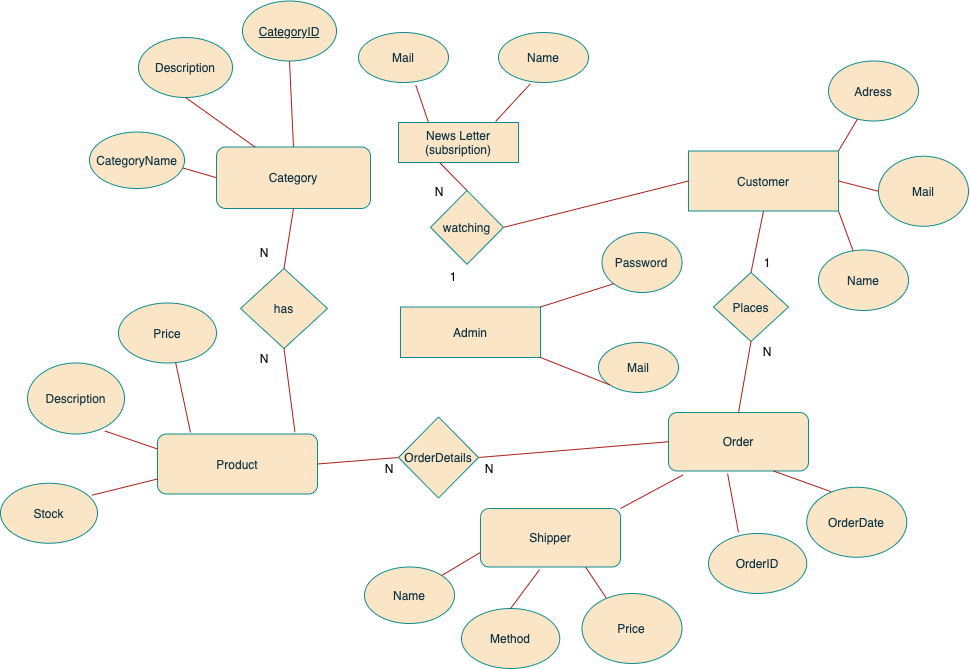
Above: Untitled Diagram.drawio.png in TechWithRyan/Webbshop (draw.io), before the change. Source tidied: cells renumbered, new cells last; positions are measured from the earlier drawing's top-left corner, leaving out a move shared by most shapes.
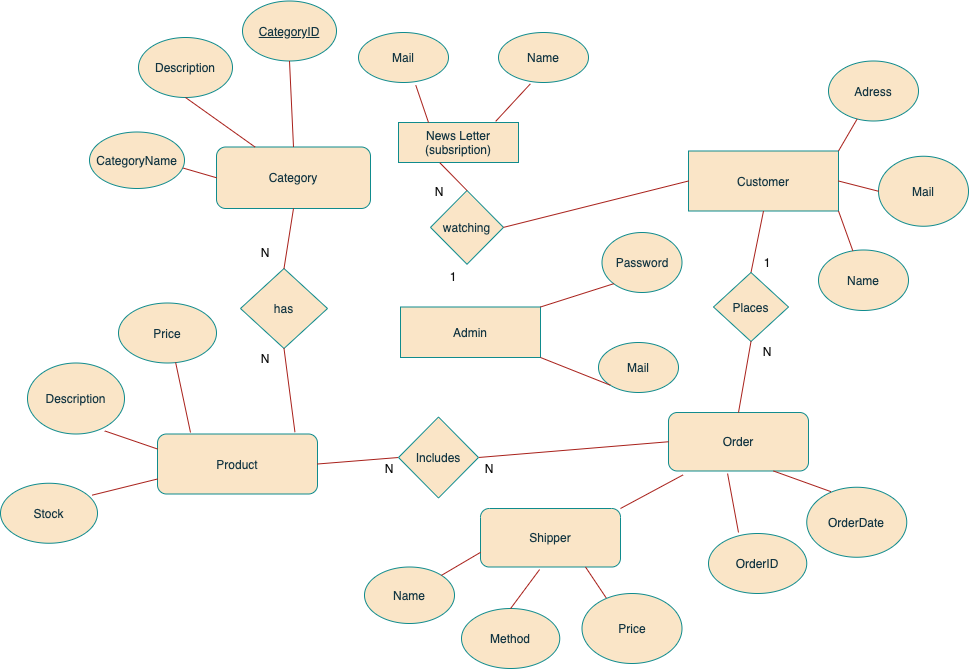
After the commit.

Commit message:
fysiskt er diagram

What changed in the source:
```diff
@@ -75,7 +75,7 @@
     <mxCell id="23" value="Mail" style="ellipse;whiteSpace=wrap;html=1;fillColor=#FAE5C7;strokeColor=#0F8B8D;fontColor=#143642;" parent="1" vertex="1">
       <mxGeometry x="598" y="342" width="80" height="50" as="geometry" />
     </mxCell>
-    <mxCell id="24" value="OrderDetails" style="rhombus;whiteSpace=wrap;html=1;fillColor=#FAE5C7;strokeColor=#0F8B8D;fontColor=#143642;" parent="1" vertex="1">
+    <mxCell id="24" value="Includes" style="rhombus;whiteSpace=wrap;html=1;fillColor=#FAE5C7;strokeColor=#0F8B8D;fontColor=#143642;" parent="1" vertex="1">
       <mxGeometry x="398" y="416.5" width="80" height="81" as="geometry" />
     </mxCell>
     <mxCell id="25" style="endArrow=none;html=1;entryX=0.5;entryY=1;entryDx=0;entryDy=0;exitX=0.5;exitY=0;exitDx=0;exitDy=0;labelBackgroundColor=#DAD2D8;strokeColor=#A8201A;fontColor=#143642;" parent="1" edge="1" source="30" target="2">
```
